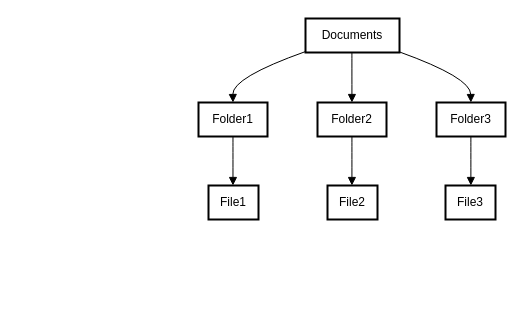
Before: Diagramme sans nom.drawio in Yoseko/first_streamlit_app, a draw.io diagram. Source tidied: cells renumbered, new cells numbered last; positions are measured from the earlier drawing's top-left corner, leaving out a move shared by most shapes. Both pictures are drawn from the tidied source at 100%, with x=0, y=0 at pixel (198, 18).
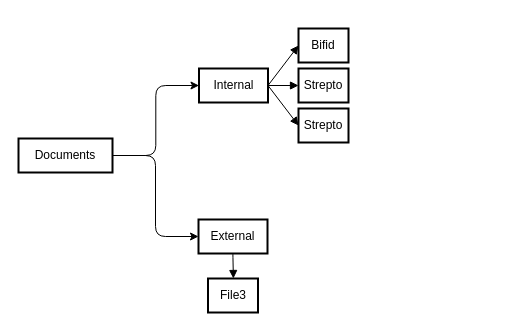
After the change.

Commit message (it also covers changes not shown here):
Mettre à jour Diagramme sans nom.drawio

The edit, as a diff of the source:
```diff
@@
 <mxGraphModel>
   <root>
     <mxCell id="0" />
     <mxCell id="1" parent="0" />
+    <mxCell id="9" style="edgeStyle=orthogonalEdgeStyle;rounded=1;jettySize=auto;html=1;exitX=1;exitY=0.5;exitDx=0;exitDy=0;entryX=0;entryY=0.5;entryDx=0;entryDy=0;curved=0;" parent="1" edge="1" source="2" target="3">
+      <mxGeometry relative="1" as="geometry" />
+    </mxCell>
     <mxCell id="2" value="Documents" style="whiteSpace=wrap;strokeWidth=2;" parent="1" vertex="1">
-      <mxGeometry x="107" width="94" height="34" as="geometry" />
+      <mxGeometry x="-180" y="120" width="94" height="34" as="geometry" />
     </mxCell>
-    <mxCell id="3" value="Folder1" style="whiteSpace=wrap;strokeWidth=2;" parent="1" vertex="1">
-      <mxGeometry y="84" width="69" height="34" as="geometry" />
+    <mxCell id="3" value="Internal" style="whiteSpace=wrap;strokeWidth=2;" parent="1" vertex="1">
+      <mxGeometry x="0.5" y="50" width="69" height="34" as="geometry" />
     </mxCell>
-    <mxCell id="4" value="Folder2" style="whiteSpace=wrap;strokeWidth=2;" parent="1" vertex="1">
-      <mxGeometry x="119" y="84" width="69" height="34" as="geometry" />
-    </mxCell>
-    <mxCell id="5" value="Folder3" style="whiteSpace=wrap;strokeWidth=2;" parent="1" vertex="1">
-      <mxGeometry x="238" y="84" width="69" height="34" as="geometry" />
+    <mxCell id="5" value="External" style="whiteSpace=wrap;strokeWidth=2;" parent="1" vertex="1">
+      <mxGeometry y="201" width="69" height="34" as="geometry" />
     </mxCell>
-    <mxCell id="6" value="File1" style="whiteSpace=wrap;strokeWidth=2;" parent="1" vertex="1">
-      <mxGeometry x="10" y="167" width="50" height="34" as="geometry" />
+    <mxCell id="6" value="Bifid" style="whiteSpace=wrap;strokeWidth=2;" parent="1" vertex="1">
+      <mxGeometry x="100" y="10" width="50" height="34" as="geometry" />
     </mxCell>
-    <mxCell id="7" value="File2" style="whiteSpace=wrap;strokeWidth=2;" parent="1" vertex="1">
-      <mxGeometry x="129" y="167" width="50" height="34" as="geometry" />
-    </mxCell>
     <mxCell id="8" value="File3" style="whiteSpace=wrap;strokeWidth=2;" parent="1" vertex="1">
-      <mxGeometry x="247" y="167" width="50" height="34" as="geometry" />
+      <mxGeometry x="9.5" y="260" width="50" height="34" as="geometry" />
     </mxCell>
-    <mxCell id="9" style="curved=1;startArrow=none;endArrow=block;exitX=-0.004114029255319149;exitY=0.9759281241065978;entryX=0.49966032608695654;entryY=-0.014705882352941176;" parent="1" edge="1" source="2" target="3">
-      <mxGeometry relative="1" as="geometry">
-        <Array as="points">
-          <mxPoint x="34" y="59" />
-        </Array>
-      </mxGeometry>
-    </mxCell>
-    <mxCell id="10" style="curved=1;startArrow=none;endArrow=block;exitX=0.4939328457446808;exitY=0.9852941176470589;entryX=0.49898097826086957;entryY=-0.014705882352941176;" parent="1" edge="1" source="2" target="4">
-      <mxGeometry relative="1" as="geometry" />
-    </mxCell>
+    <mxCell id="12" style="curved=0;startArrow=none;endArrow=block;exitX=1;exitY=0.5;entryX=0;entryY=0.5;exitDx=0;exitDy=0;entryDx=0;entryDy=0;rounded=1;" parent="1" edge="1" source="3" target="6">
+      <mxGeometry relative="1" as="geometry" />
+    </mxCell>
+    <mxCell id="14" style="curved=1;startArrow=none;endArrow=block;exitX=0.4983016304347826;exitY=0.9705882352941176;entryX=0.50765625;entryY=0;" parent="1" edge="1" source="5" target="8">
+      <mxGeometry relative="1" as="geometry" />
+    </mxCell>
-    <mxCell id="11" style="curved=1;startArrow=none;endArrow=block;exitX=0.9919797207446809;exitY=0.9759281241065978;entryX=0.4983016304347826;entryY=-0.014705882352941176;" parent="1" edge="1" source="2" target="5">
-      <mxGeometry relative="1" as="geometry">
-        <Array as="points">
-          <mxPoint x="272" y="59" />
-        </Array>
-      </mxGeometry>
+    <mxCell id="11" style="edgeStyle=orthogonalEdgeStyle;rounded=1;jettySize=auto;html=1;exitX=1;exitY=0.5;exitDx=0;exitDy=0;entryX=0;entryY=0.5;entryDx=0;entryDy=0;curved=0;" parent="1" edge="1" source="2" target="5">
+      <mxGeometry relative="1" as="geometry" />
     </mxCell>
-    <mxCell id="12" style="curved=1;startArrow=none;endArrow=block;exitX=0.49966032608695654;exitY=0.9705882352941176;entryX=0.48953125;entryY=0;" parent="1" edge="1" source="3" target="6">
-      <mxGeometry relative="1" as="geometry" />
-    </mxCell>
-    <mxCell id="13" style="curved=1;startArrow=none;endArrow=block;exitX=0.49898097826086957;exitY=0.9705882352941176;entryX=0.48859375;entryY=0;" parent="1" edge="1" source="4" target="7">
-      <mxGeometry relative="1" as="geometry" />
-    </mxCell>
-    <mxCell id="14" style="curved=1;startArrow=none;endArrow=block;exitX=0.4983016304347826;exitY=0.9705882352941176;entryX=0.50765625;entryY=0;" parent="1" edge="1" source="5" target="8">
-      <mxGeometry relative="1" as="geometry" />
-    </mxCell>
+    <mxCell id="15" value="Strepto" style="whiteSpace=wrap;strokeWidth=2;" parent="1" vertex="1">
+      <mxGeometry x="100" y="50" width="50" height="34" as="geometry" />
+    </mxCell>
+    <mxCell id="16" style="curved=0;startArrow=none;endArrow=block;entryX=0;entryY=0.5;entryDx=0;entryDy=0;rounded=1;" parent="1" edge="1" target="15">
+      <mxGeometry relative="1" as="geometry">
+        <mxPoint x="70" y="67" as="sourcePoint" />
+      </mxGeometry>
+    </mxCell>
+    <mxCell id="17" value="Strepto" style="whiteSpace=wrap;strokeWidth=2;" parent="1" vertex="1">
+      <mxGeometry x="100" y="90" width="50" height="34" as="geometry" />
+    </mxCell>
+    <mxCell id="18" style="curved=0;startArrow=none;endArrow=block;entryX=0;entryY=0.5;entryDx=0;entryDy=0;rounded=1;exitX=1;exitY=0.5;exitDx=0;exitDy=0;" parent="1" edge="1" source="3" target="17">
+      <mxGeometry relative="1" as="geometry" />
+    </mxCell>
   </root>
 </mxGraphModel>
```
